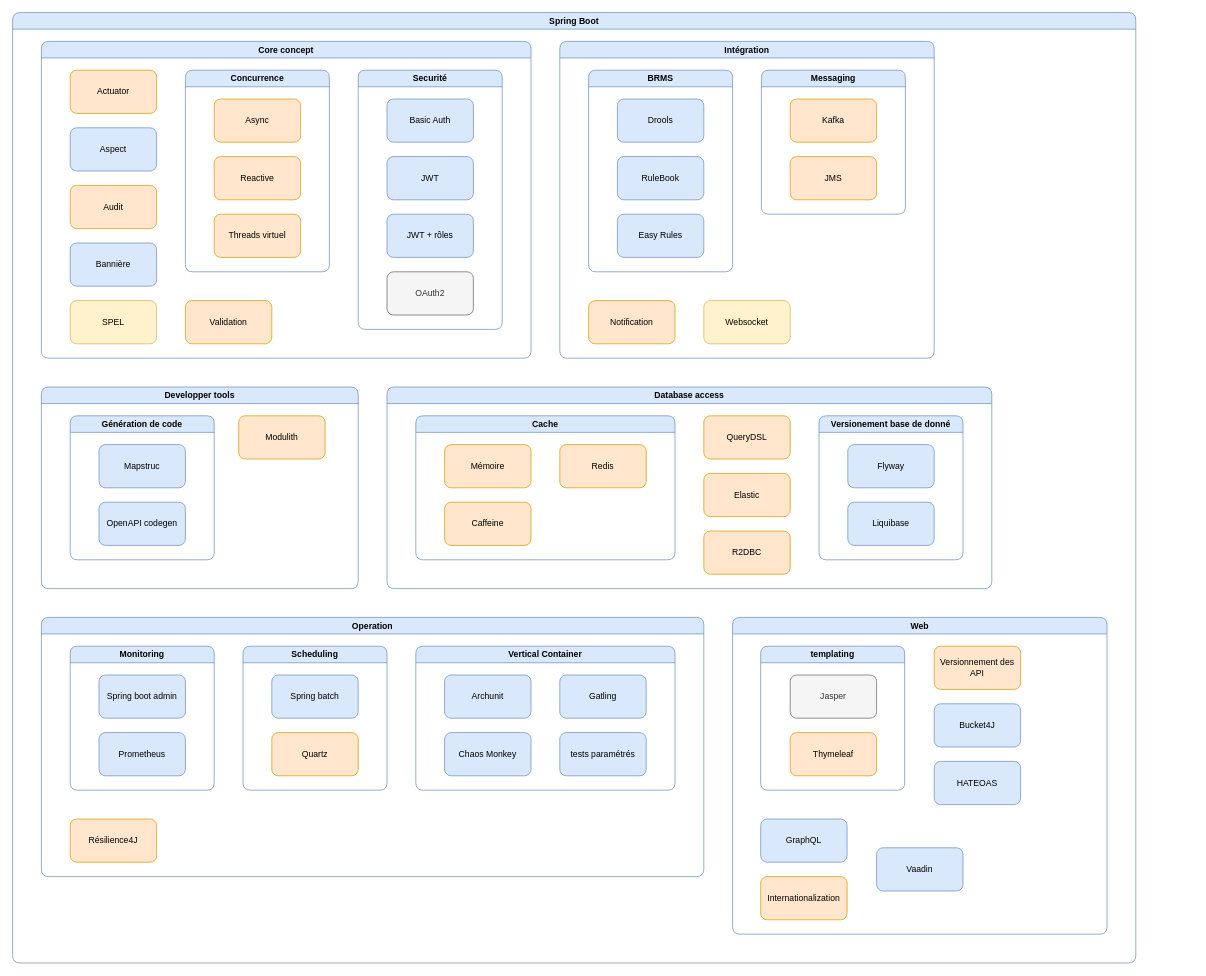
Above: springboot.drawio in ErwanLT/springboot-demo (draw.io), before the change. Source tidied: cells renumbered, new cells numbered last; positions are measured from the earlier drawing's top-left corner, leaving out a move shared by most shapes. Both pictures are drawn from the tidied source at 72%, with x=0, y=0 at pixel (12, 12).
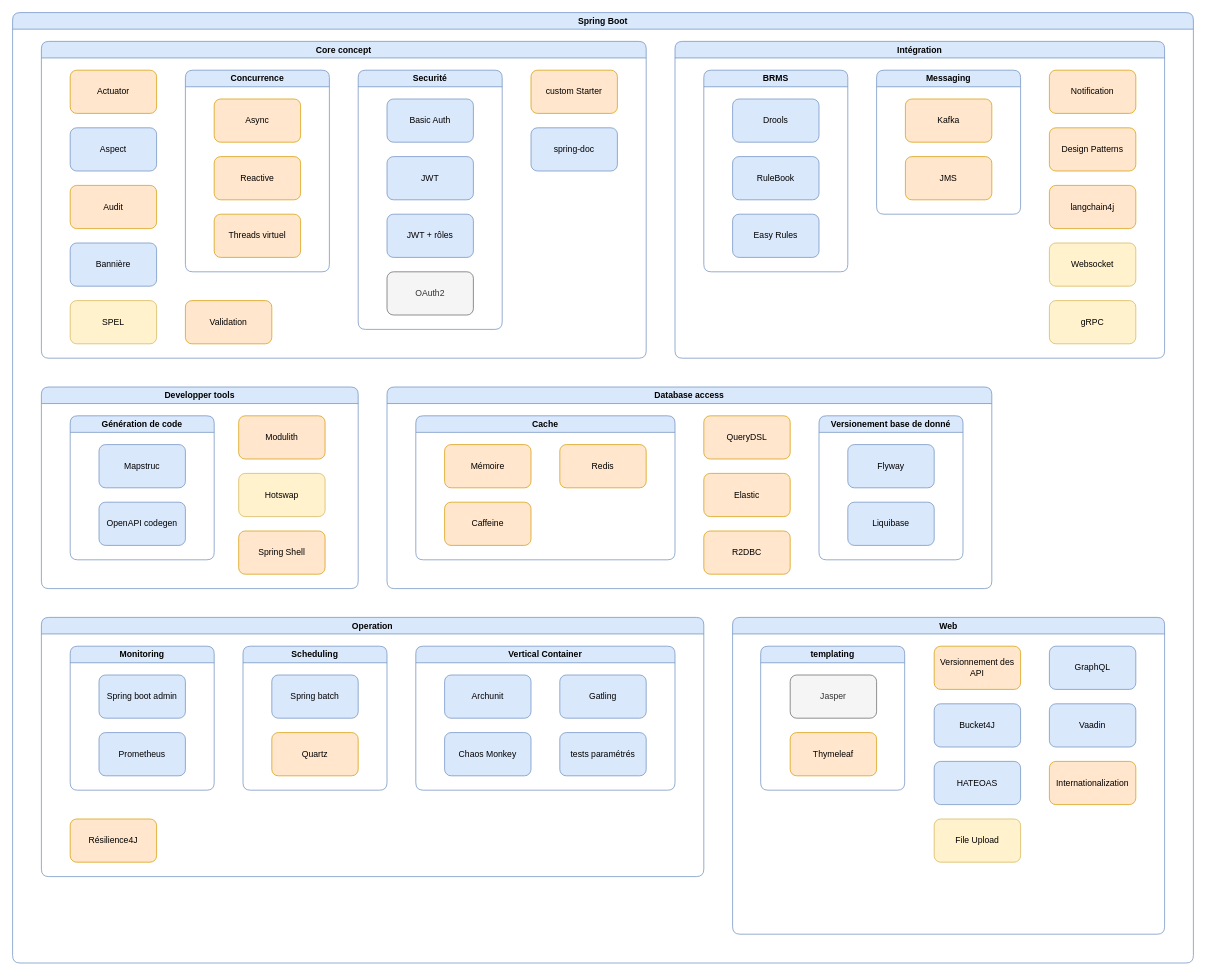
The same diagram, later.

Commit message:
Mettre à jour springboot.drawio

The change refers to these unchanged cells:
```xml
<mxCell id="30" value="Developper tools" style="swimlane;whiteSpace=wrap;html=1;rounded=1;fillColor=#dae8fc;strokeColor=#6c8ebf;" parent="2" vertex="1">
  <mxGeometry x="40" y="520" width="440" height="280" as="geometry" />
</mxCell>
```

What changed in the source:
```diff
@@
     <mxCell id="2" value="Spring Boot" style="swimlane;whiteSpace=wrap;html=1;rounded=1;fillColor=#dae8fc;strokeColor=#6c8ebf;" parent="1" vertex="1">
-      <mxGeometry width="1560" height="1320" as="geometry" />
+      <mxGeometry width="1640" height="1320" as="geometry" />
     </mxCell>
     <mxCell id="3" value="Core concept" style="swimlane;whiteSpace=wrap;html=1;rounded=1;fillColor=#dae8fc;strokeColor=#6c8ebf;" parent="2" vertex="1">
-      <mxGeometry x="40" y="40" width="680" height="440" as="geometry" />
+      <mxGeometry x="40" y="40" width="840" height="440" as="geometry" />
     </mxCell>
@@
+    <mxCell id="68" value="custom Starter" style="rounded=1;whiteSpace=wrap;html=1;fillColor=#ffe6cc;strokeColor=#d79b00;" parent="3" vertex="1">
+      <mxGeometry x="680" y="40" width="120" height="60" as="geometry" />
+    </mxCell>
+    <mxCell id="69" value="spring-doc" style="rounded=1;whiteSpace=wrap;html=1;fillColor=#dae8fc;strokeColor=#6c8ebf;" parent="3" vertex="1">
+      <mxGeometry x="680" y="120" width="120" height="60" as="geometry" />
+    </mxCell>
@@
+    <mxCell id="70" value="Hotswap" style="rounded=1;whiteSpace=wrap;html=1;fillColor=#fff2cc;strokeColor=#d6b656;" parent="30" vertex="1">
+      <mxGeometry x="274" y="120" width="120" height="60" as="geometry" />
+    </mxCell>
+    <mxCell id="71" value="Spring Shell" style="rounded=1;whiteSpace=wrap;html=1;fillColor=#ffe6cc;strokeColor=#d79b00;" parent="30" vertex="1">
+      <mxGeometry x="274" y="200" width="120" height="60" as="geometry" />
+    </mxCell>
     <mxCell id="35" value="Intégration" style="swimlane;whiteSpace=wrap;html=1;rounded=1;fillColor=#dae8fc;strokeColor=#6c8ebf;" parent="2" vertex="1">
-      <mxGeometry x="760" y="40" width="520" height="440" as="geometry" />
+      <mxGeometry x="920" y="40" width="680" height="440" as="geometry" />
     </mxCell>
@@
     <mxCell id="43" value="Notification" style="rounded=1;whiteSpace=wrap;html=1;fillColor=#ffe6cc;strokeColor=#d79b00;" parent="35" vertex="1">
-      <mxGeometry x="40" y="360" width="120" height="60" as="geometry" />
+      <mxGeometry x="520" y="40" width="120" height="60" as="geometry" />
     </mxCell>
     <mxCell id="44" value="Websocket" style="rounded=1;whiteSpace=wrap;html=1;fillColor=#fff2cc;strokeColor=#d6b656;" parent="35" vertex="1">
-      <mxGeometry x="200" y="360" width="120" height="60" as="geometry" />
+      <mxGeometry x="520" y="280" width="120" height="60" as="geometry" />
     </mxCell>
+    <mxCell id="72" value="langchain4j" style="rounded=1;whiteSpace=wrap;html=1;fillColor=#ffe6cc;strokeColor=#d79b00;" parent="35" vertex="1">
+      <mxGeometry x="520" y="200" width="120" height="60" as="geometry" />
+    </mxCell>
+    <mxCell id="73" value="Design Patterns" style="rounded=1;whiteSpace=wrap;html=1;fillColor=#ffe6cc;strokeColor=#d79b00;" parent="35" vertex="1">
+      <mxGeometry x="520" y="120" width="120" height="60" as="geometry" />
+    </mxCell>
+    <mxCell id="74" value="gRPC" style="rounded=1;whiteSpace=wrap;html=1;fillColor=#fff2cc;strokeColor=#d6b656;" parent="35" vertex="1">
+      <mxGeometry x="520" y="360" width="120" height="60" as="geometry" />
+    </mxCell>
@@
     <mxCell id="58" value="Web" style="swimlane;whiteSpace=wrap;html=1;rounded=1;fillColor=#dae8fc;strokeColor=#6c8ebf;" parent="2" vertex="1">
-      <mxGeometry x="1000" y="840" width="520" height="440" as="geometry" />
+      <mxGeometry x="1000" y="840" width="600" height="440" as="geometry" />
     </mxCell>
@@
     <mxCell id="64" value="GraphQL" style="rounded=1;whiteSpace=wrap;html=1;fillColor=#dae8fc;strokeColor=#6c8ebf;" parent="58" vertex="1">
-      <mxGeometry x="39" y="280" width="120" height="60" as="geometry" />
+      <mxGeometry x="440" y="40" width="120" height="60" as="geometry" />
     </mxCell>
@@
     <mxCell id="66" value="Internationalization" style="rounded=1;whiteSpace=wrap;html=1;fillColor=#ffe6cc;strokeColor=#d79b00;" parent="58" vertex="1">
-      <mxGeometry x="39" y="360" width="120" height="60" as="geometry" />
+      <mxGeometry x="440" y="200" width="120" height="60" as="geometry" />
     </mxCell>
     <mxCell id="67" value="Vaadin" style="rounded=1;whiteSpace=wrap;html=1;fillColor=#dae8fc;strokeColor=#6c8ebf;" parent="58" vertex="1">
-      <mxGeometry x="200" y="320" width="120" height="60" as="geometry" />
+      <mxGeometry x="440" y="120" width="120" height="60" as="geometry" />
     </mxCell>
+    <mxCell id="75" value="File Upload" style="rounded=1;whiteSpace=wrap;html=1;fillColor=#fff2cc;strokeColor=#d6b656;" parent="58" vertex="1">
+      <mxGeometry x="280" y="280" width="120" height="60" as="geometry" />
+    </mxCell>
```
